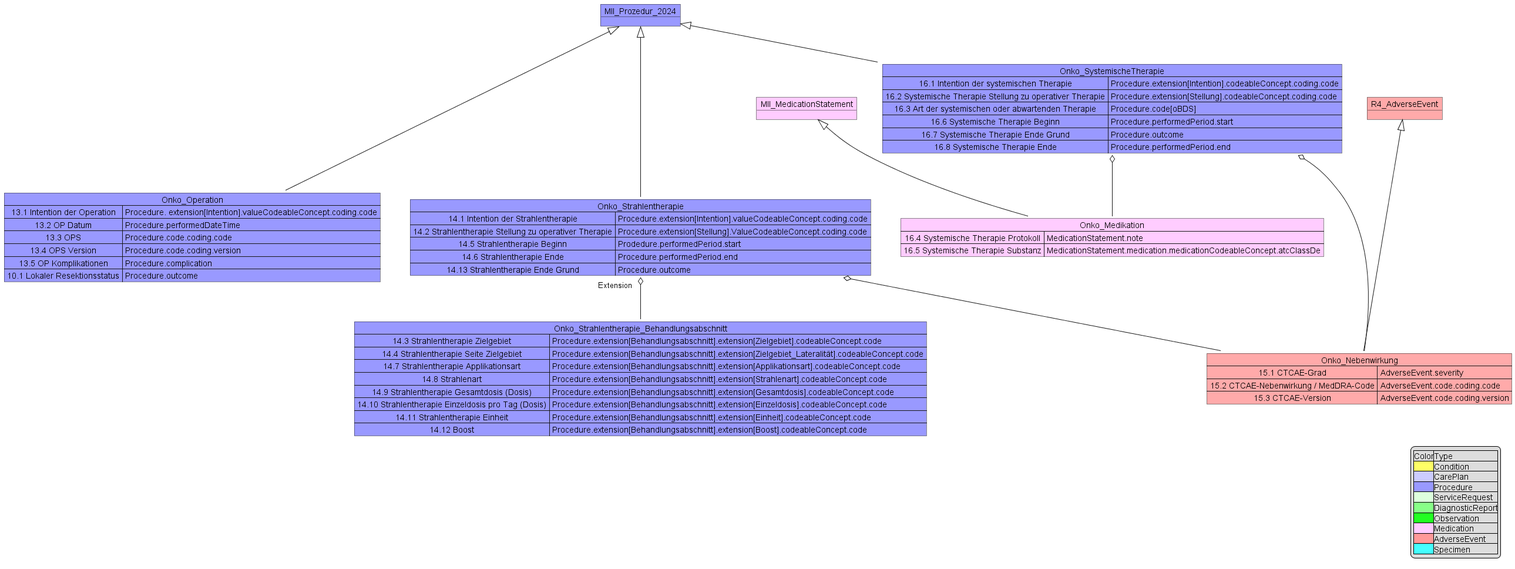
This is implementation-guides/ImplementationGuide-2024.x-DE/Images/MII_Onko_13-16_Prozeduren.png from medizininformatik-initiative/kerndatensatzmodul-onkologie, a PlantUML export, as it was before one commit. Its diagram source:
```plantuml
@startuml 13-16_Prozeduren
object MII_Prozedur_2024 #9999FF
Map Onko_Operation #9999FF{
13.1 Intention der Operation => Procedure. extension[Intention].valueCodeableConcept.coding.code
13.2 OP Datum => Procedure.performedDateTime
13.3 OPS => Procedure.code.coding.code
13.4 OPS Version => Procedure.code.coding.version
13.5 OP Komplikationen => Procedure.complication
10.1 Lokaler Resektionsstatus => Procedure.outcome
}
Map Onko_Strahlentherapie #9999FF{
14.1 Intention der Strahlentherapie => Procedure.extension[Intention].valueCodeableConcept.coding.code
14.2 Strahlentherapie Stellung zu operativer Therapie => Procedure.extension[Stellung].ValueCodeableConcept.coding.code

14.5 Strahlentherapie Beginn => Prodedure.performedPeriod.start
14.6 Strahlentherapie Ende =>Procedure.performedPeriod.end
14.13 Strahlentherapie Ende Grund => Procedure.outcome
}

Map Onko_Strahlentherapie_Behandlungsabschnitt #9999FF{
14.3 Strahlentherapie Zielgebiet => Procedure.extension[Behandlungsabschnitt].extension[Zielgebiet].codeableConcept.code
14.4 Strahlentherapie Seite Zielgebiet => Procedure.extension[Behandlungsabschnitt].extension[Zielgebiet_Lateralität].codeableConcept.code
14.7 Strahlentherapie Applikationsart => Procedure.extension[Behandlungsabschnitt].extension[Applikationsart].codeableConcept.code
14.8 Strahlenart => Procedure.extension[Behandlungsabschnitt].extension[Strahlenart].codeableConcept.code
14.9 Strahlentherapie Gesamtdosis (Dosis) => Procedure.extension[Behandlungsabschnitt].extension[Gesamtdosis].codeableConcept.code
14.10 Strahlentherapie Einzeldosis pro Tag (Dosis) =>Procedure.extension[Behandlungsabschnitt].extension[Einzeldosis].codeableConcept.code
14.11 Strahlentherapie Einheit =>Procedure.extension[Behandlungsabschnitt].extension[Einheit].codeableConcept.code
14.12 Boost=>Procedure.extension[Behandlungsabschnitt].extension[Boost].codeableConcept.code
}

Onko_Strahlentherapie "Extension   " o-- Onko_Strahlentherapie_Behandlungsabschnitt

Map Onko_SystemischeTherapie #9999FF{
16.1 Intention der systemischen Therapie => Procedure.extension[Intention].codeableConcept.coding.code
16.2 Systemische Therapie Stellung zu operativer Therapie => Procedure.extension[Stellung].codeableConcept.coding.code
16.3 Art der systemischen oder abwartenden Therapie => Procedure.code[oBDS]
16.6 Systemische Therapie Beginn => Procedure.performedPeriod.start

16.7 Systemische Therapie Ende Grund => Procedure.outcome

16.8 Systemische Therapie Ende => Procedure.performedPeriod.end
}

Map Onko_Medikation #FFCCFF{

16.4 Systemische Therapie Protokoll => MedicationStatement.note

16.5 Systemische Therapie Substanz => MedicationStatement.medication.medicationCodeableConcept.atcClassDe

}
object MII_MedicationStatement #FFCCFF
MII_MedicationStatement <|-- Onko_Medikation
Onko_SystemischeTherapie o-- Onko_Medikation

MII_Prozedur_2024 <|--- Onko_Operation
MII_Prozedur_2024 <|--- Onko_Strahlentherapie
MII_Prozedur_2024 <|-- Onko_SystemischeTherapie

object R4_AdverseEvent #FFAAAA

Map Onko_Nebenwirkung #FFAAAA{
    15.1 CTCAE-Grad => AdverseEvent.severity
    15.2 CTCAE-Nebenwirkung / MedDRA-Code => AdverseEvent.code.coding.code
    15.3 CTCAE-Version => AdverseEvent.code.coding.version
}
R4_AdverseEvent <|--- Onko_Nebenwirkung


Onko_Strahlentherapie o-- Onko_Nebenwirkung
Onko_SystemischeTherapie o-- Onko_Nebenwirkung

legend right
|Color|Type|
|<#FFFF66>|Condition|
|<#CCCCFF>|CarePlan|
|<#9999FF>|Procedure|
|<#DDFFDD>|ServiceRequest|
|<#88FF88>|DiagnosticReport|
|<#22FF22>|Observation|
|<#FFCCFF>|Medication|
|<#FF9999>|AdverseEvent|
|<#44FFFF>|Specimen|
endlegend
@enduml
```
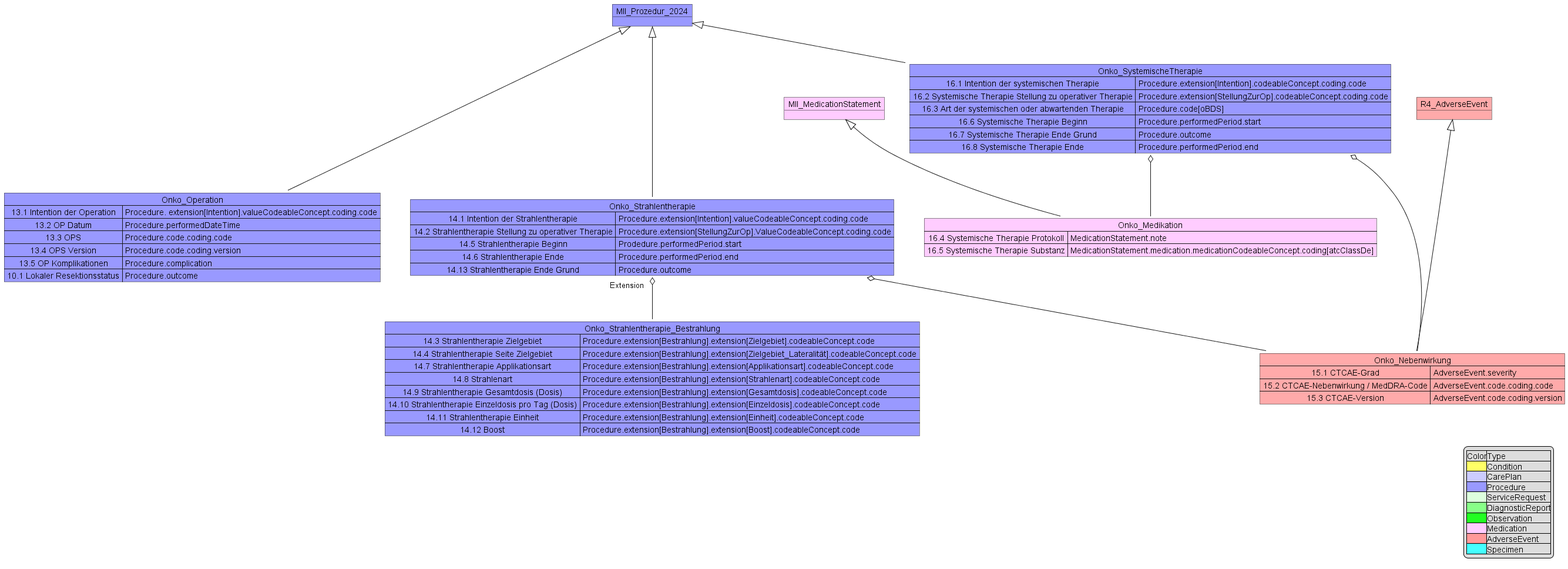
Above is the later version.

Diff of the diagram source:
```diff
@@ -1,4 +1,4 @@
-@startuml 13-16_Prozeduren
+@startuml MII_Onko_13-16_Prozeduren
 object MII_Prozedur_2024 #9999FF
 Map Onko_Operation #9999FF{
 13.1 Intention der Operation => Procedure. extension[Intention].valueCodeableConcept.coding.code
@@ -10,29 +10,29 @@
 }
 Map Onko_Strahlentherapie #9999FF{
 14.1 Intention der Strahlentherapie => Procedure.extension[Intention].valueCodeableConcept.coding.code
-14.2 Strahlentherapie Stellung zu operativer Therapie => Procedure.extension[Stellung].ValueCodeableConcept.coding.code
+14.2 Strahlentherapie Stellung zu operativer Therapie => Procedure.extension[StellungZurOp].ValueCodeableConcept.coding.code
 
 14.5 Strahlentherapie Beginn => Prodedure.performedPeriod.start
 14.6 Strahlentherapie Ende =>Procedure.performedPeriod.end
 14.13 Strahlentherapie Ende Grund => Procedure.outcome
 }
 
-Map Onko_Strahlentherapie_Behandlungsabschnitt #9999FF{
-14.3 Strahlentherapie Zielgebiet => Procedure.extension[Behandlungsabschnitt].extension[Zielgebiet].codeableConcept.code
-14.4 Strahlentherapie Seite Zielgebiet => Procedure.extension[Behandlungsabschnitt].extension[Zielgebiet_Lateralität].codeableConcept.code
-14.7 Strahlentherapie Applikationsart => Procedure.extension[Behandlungsabschnitt].extension[Applikationsart].codeableConcept.code
-14.8 Strahlenart => Procedure.extension[Behandlungsabschnitt].extension[Strahlenart].codeableConcept.code
-14.9 Strahlentherapie Gesamtdosis (Dosis) => Procedure.extension[Behandlungsabschnitt].extension[Gesamtdosis].codeableConcept.code
-14.10 Strahlentherapie Einzeldosis pro Tag (Dosis) =>Procedure.extension[Behandlungsabschnitt].extension[Einzeldosis].codeableConcept.code
-14.11 Strahlentherapie Einheit =>Procedure.extension[Behandlungsabschnitt].extension[Einheit].codeableConcept.code
-14.12 Boost=>Procedure.extension[Behandlungsabschnitt].extension[Boost].codeableConcept.code
+Map Onko_Strahlentherapie_Bestrahlung #9999FF{
+14.3 Strahlentherapie Zielgebiet => Procedure.extension[Bestrahlung].extension[Zielgebiet].codeableConcept.code
+14.4 Strahlentherapie Seite Zielgebiet => Procedure.extension[Bestrahlung].extension[Zielgebiet_Lateralität].codeableConcept.code
+14.7 Strahlentherapie Applikationsart => Procedure.extension[Bestrahlung].extension[Applikationsart].codeableConcept.code
+14.8 Strahlenart => Procedure.extension[Bestrahlung].extension[Strahlenart].codeableConcept.code
+14.9 Strahlentherapie Gesamtdosis (Dosis) => Procedure.extension[Bestrahlung].extension[Gesamtdosis].codeableConcept.code
+14.10 Strahlentherapie Einzeldosis pro Tag (Dosis) =>Procedure.extension[Bestrahlung].extension[Einzeldosis].codeableConcept.code
+14.11 Strahlentherapie Einheit =>Procedure.extension[Bestrahlung].extension[Einheit].codeableConcept.code
+14.12 Boost=>Procedure.extension[Bestrahlung].extension[Boost].codeableConcept.code
 }
 
-Onko_Strahlentherapie "Extension   " o-- Onko_Strahlentherapie_Behandlungsabschnitt
+Onko_Strahlentherapie "Extension   " o-- Onko_Strahlentherapie_Bestrahlung
 
 Map Onko_SystemischeTherapie #9999FF{
 16.1 Intention der systemischen Therapie => Procedure.extension[Intention].codeableConcept.coding.code
-16.2 Systemische Therapie Stellung zu operativer Therapie => Procedure.extension[Stellung].codeableConcept.coding.code
+16.2 Systemische Therapie Stellung zu operativer Therapie => Procedure.extension[StellungZurOp].codeableConcept.coding.code
 16.3 Art der systemischen oder abwartenden Therapie => Procedure.code[oBDS]
 16.6 Systemische Therapie Beginn => Procedure.performedPeriod.start
 
@@ -45,9 +45,9 @@
 
 16.4 Systemische Therapie Protokoll => MedicationStatement.note
 
-16.5 Systemische Therapie Substanz => MedicationStatement.medication.medicationCodeableConcept.atcClassDe
+16.5 Systemische Therapie Substanz => MedicationStatement.medication.medicationCodeableConcept.coding[atcClassDe]
+}
 
-}
 object MII_MedicationStatement #FFCCFF
 MII_MedicationStatement <|-- Onko_Medikation
 Onko_SystemischeTherapie o-- Onko_Medikation
```
